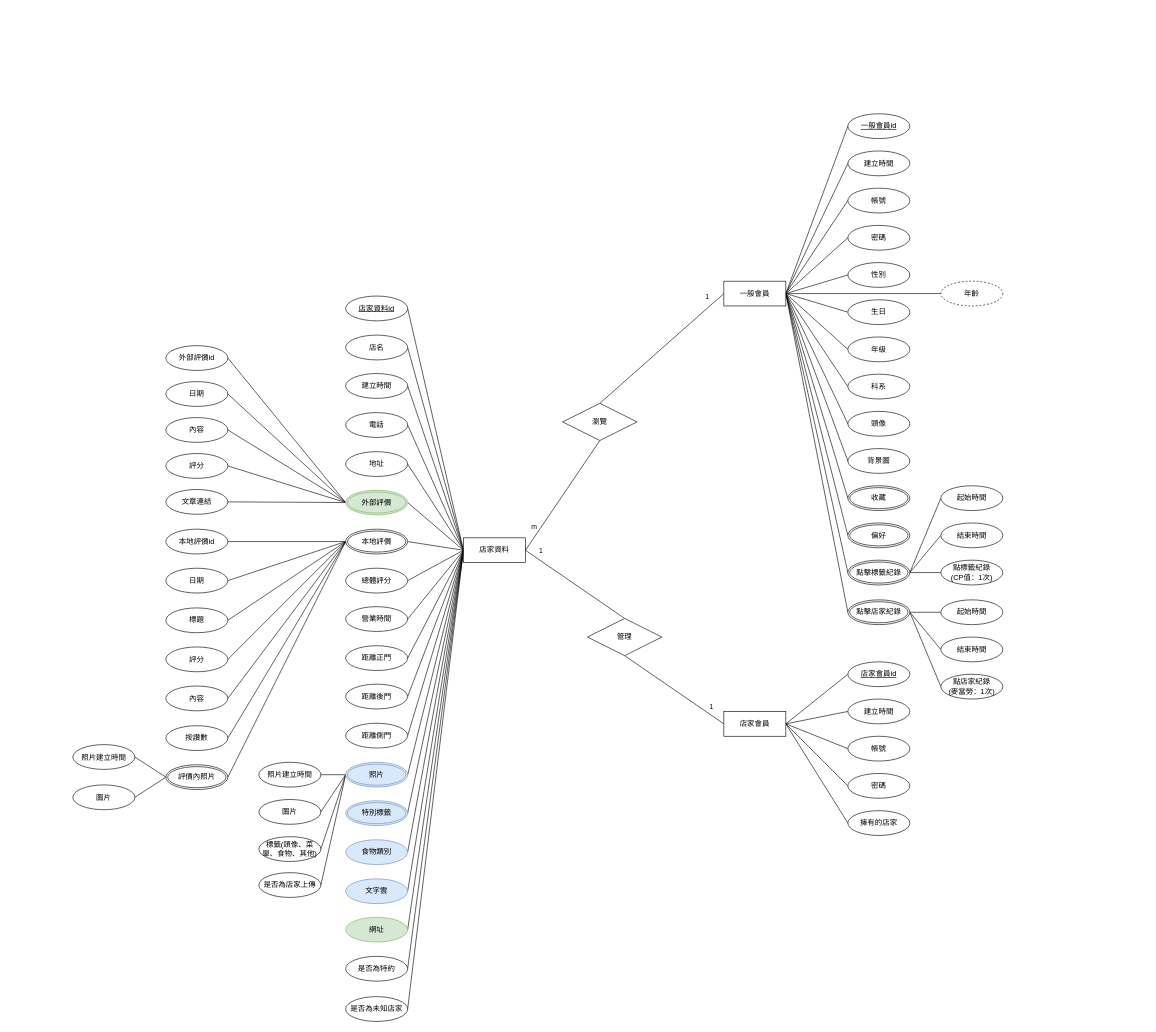
Before: 檔案繳交/資料庫/ERM/10846043_ERM.drawio in project-hungry-don-t-care-food/111402, a draw.io diagram. Source tidied: cells renumbered, new cells numbered last; positions are measured from the earlier drawing's top-left corner, leaving out a move shared by most shapes. Both pictures are drawn from the tidied source at 62%, with x=0, y=0 at pixel (73, 113).
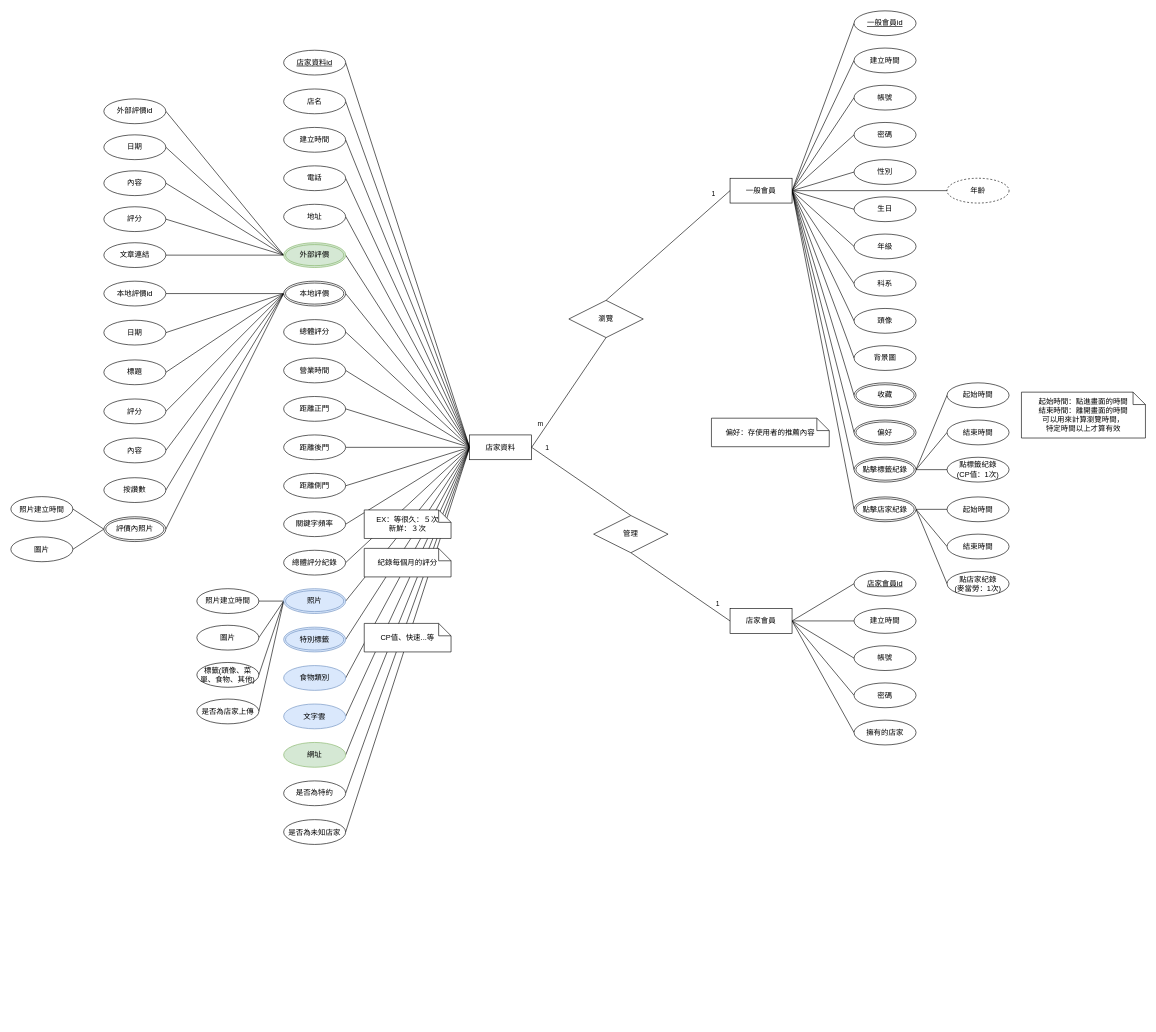
After the change.

Diff of the diagram source:
```diff
@@
     <mxCell id="21" value="店家資料" style="whiteSpace=wrap;html=1;align=center;" parent="1" vertex="1">
-      <mxGeometry x="630" y="684" width="100" height="40" as="geometry" />
+      <mxGeometry x="640" y="518" width="100" height="40" as="geometry" />
     </mxCell>
     <mxCell id="22" value="店家資料id" style="ellipse;whiteSpace=wrap;html=1;align=center;fontStyle=4;" parent="1" vertex="1">
-      <mxGeometry x="440" y="294" width="100" height="40" as="geometry" />
+      <mxGeometry x="340" y="-102.5" width="100" height="40" as="geometry" />
     </mxCell>
     <mxCell id="23" value="電話" style="ellipse;whiteSpace=wrap;html=1;align=center;" parent="1" vertex="1">
-      <mxGeometry x="440" y="482" width="100" height="40" as="geometry" />
+      <mxGeometry x="340" y="84" width="100" height="40" as="geometry" />
     </mxCell>
     <mxCell id="24" value="地址" style="ellipse;whiteSpace=wrap;html=1;align=center;" parent="1" vertex="1">
-      <mxGeometry x="440" y="545" width="100" height="40" as="geometry" />
+      <mxGeometry x="340" y="146" width="100" height="40" as="geometry" />
     </mxCell>
     <mxCell id="25" value="總體評分" style="ellipse;whiteSpace=wrap;html=1;align=center;" parent="1" vertex="1">
-      <mxGeometry x="440" y="733" width="100" height="40" as="geometry" />
+      <mxGeometry x="340" y="332" width="100" height="40" as="geometry" />
     </mxCell>
     <mxCell id="26" value="營業時間" style="ellipse;whiteSpace=wrap;html=1;align=center;fontStyle=0;verticalAlign=middle;labelBackgroundColor=none;labelBorderColor=none;" parent="1" vertex="1">
-      <mxGeometry x="440" y="795" width="100" height="40" as="geometry" />
+      <mxGeometry x="340" y="394" width="100" height="40" as="geometry" />
     </mxCell>
     <mxCell id="27" value="是否為特約" style="ellipse;whiteSpace=wrap;html=1;align=center;" parent="1" vertex="1">
-      <mxGeometry x="440" y="1359" width="100" height="40" as="geometry" />
+      <mxGeometry x="340" y="1076" width="100" height="40" as="geometry" />
     </mxCell>
     <mxCell id="28" value="網址" style="ellipse;whiteSpace=wrap;html=1;align=center;fillColor=#d5e8d4;strokeColor=#82b366;" parent="1" vertex="1">
-      <mxGeometry x="440" y="1296" width="100" height="40" as="geometry" />
+      <mxGeometry x="340" y="1014" width="100" height="40" as="geometry" />
     </mxCell>
     <mxCell id="29" value="文字雲" style="ellipse;whiteSpace=wrap;html=1;align=center;fillColor=#dae8fc;strokeColor=#6c8ebf;" parent="1" vertex="1">
-      <mxGeometry x="440" y="1234" width="100" height="40" as="geometry" />
+      <mxGeometry x="340" y="952" width="100" height="40" as="geometry" />
     </mxCell>
     <mxCell id="30" value="食物類別" style="ellipse;whiteSpace=wrap;html=1;align=center;fillColor=#dae8fc;strokeColor=#6c8ebf;" parent="1" vertex="1">
-      <mxGeometry x="440" y="1171" width="100" height="40" as="geometry" />
+      <mxGeometry x="340" y="890" width="100" height="40" as="geometry" />
     </mxCell>
@@
     <mxCell id="35" value="照片" style="ellipse;shape=doubleEllipse;margin=3;whiteSpace=wrap;html=1;align=center;fontFamily=Helvetica;fontSize=12;fillColor=#dae8fc;strokeColor=#6c8ebf;" parent="1" vertex="1">
-      <mxGeometry x="440" y="1046" width="100" height="40" as="geometry" />
+      <mxGeometry x="340" y="766" width="100" height="40" as="geometry" />
     </mxCell>
     <mxCell id="36" value="日期" style="ellipse;whiteSpace=wrap;html=1;align=center;" parent="1" vertex="1">
-      <mxGeometry x="150" y="432" width="100" height="40" as="geometry" />
+      <mxGeometry x="50" y="34" width="100" height="40" as="geometry" />
     </mxCell>
     <mxCell id="37" value="內容" style="ellipse;whiteSpace=wrap;html=1;align=center;" parent="1" vertex="1">
-      <mxGeometry x="150" y="490" width="100" height="40" as="geometry" />
+      <mxGeometry x="50" y="92" width="100" height="40" as="geometry" />
     </mxCell>
@@
     <mxCell id="53" value="一般會員" style="whiteSpace=wrap;html=1;align=center;" parent="1" vertex="1">
-      <mxGeometry x="1050" y="270" width="100" height="40" as="geometry" />
+      <mxGeometry x="1060" y="104" width="100" height="40" as="geometry" />
     </mxCell>
     <mxCell id="54" value="科系" style="ellipse;whiteSpace=wrap;html=1;align=center;flipV=1;flipH=1;" parent="1" vertex="1">
-      <mxGeometry x="1250" y="420" width="100" height="40" as="geometry" />
+      <mxGeometry x="1260" y="254" width="100" height="40" as="geometry" />
     </mxCell>
     <mxCell id="55" value="性別" style="ellipse;whiteSpace=wrap;html=1;align=center;flipV=1;flipH=1;" parent="1" vertex="1">
-      <mxGeometry x="1250" y="240" width="100" height="40" as="geometry" />
+      <mxGeometry x="1260" y="74" width="100" height="40" as="geometry" />
     </mxCell>
     <mxCell id="56" value="生日" style="ellipse;whiteSpace=wrap;html=1;align=center;flipV=1;flipH=1;" parent="1" vertex="1">
-      <mxGeometry x="1250" y="300" width="100" height="40" as="geometry" />
+      <mxGeometry x="1260" y="134" width="100" height="40" as="geometry" />
     </mxCell>
     <mxCell id="57" value="&lt;span style=&quot;text-align: left;&quot;&gt;背景圖&lt;/span&gt;" style="ellipse;whiteSpace=wrap;html=1;align=center;flipV=1;flipH=1;" parent="1" vertex="1">
-      <mxGeometry x="1250" y="540" width="100" height="40" as="geometry" />
+      <mxGeometry x="1260" y="374" width="100" height="40" as="geometry" />
     </mxCell>
     <mxCell id="58" value="頭像" style="ellipse;whiteSpace=wrap;html=1;align=center;flipV=1;flipH=1;" parent="1" vertex="1">
-      <mxGeometry x="1250" y="480" width="100" height="40" as="geometry" />
+      <mxGeometry x="1260" y="314" width="100" height="40" as="geometry" />
     </mxCell>
     <mxCell id="59" value="密碼" style="ellipse;whiteSpace=wrap;html=1;align=center;flipV=1;flipH=1;" parent="1" vertex="1">
-      <mxGeometry x="1250" y="180" width="100" height="40" as="geometry" />
+      <mxGeometry x="1260" y="14" width="100" height="40" as="geometry" />
     </mxCell>
     <mxCell id="60" value="帳號" style="ellipse;whiteSpace=wrap;html=1;align=center;flipV=1;flipH=1;" parent="1" vertex="1">
-      <mxGeometry x="1250" y="120" width="100" height="40" as="geometry" />
+      <mxGeometry x="1260" y="-46" width="100" height="40" as="geometry" />
     </mxCell>
     <mxCell id="61" value="年級" style="ellipse;whiteSpace=wrap;html=1;align=center;flipV=1;flipH=1;" parent="1" vertex="1">
-      <mxGeometry x="1250" y="360" width="100" height="40" as="geometry" />
+      <mxGeometry x="1260" y="194" width="100" height="40" as="geometry" />
     </mxCell>
@@
     <mxCell id="67" value="店家會員" style="whiteSpace=wrap;html=1;align=center;" parent="1" vertex="1">
-      <mxGeometry x="1050" y="964" width="100" height="40" as="geometry" />
+      <mxGeometry x="1060" y="798" width="100" height="40" as="geometry" />
     </mxCell>
     <mxCell id="68" value="密碼" style="ellipse;whiteSpace=wrap;html=1;align=center;" parent="1" vertex="1">
-      <mxGeometry x="1250" y="1064" width="100" height="40" as="geometry" />
+      <mxGeometry x="1260" y="918" width="100" height="40" as="geometry" />
     </mxCell>
     <mxCell id="69" value="帳號" style="ellipse;whiteSpace=wrap;html=1;align=center;" parent="1" vertex="1">
-      <mxGeometry x="1250" y="1004" width="100" height="40" as="geometry" />
+      <mxGeometry x="1260" y="858" width="100" height="40" as="geometry" />
     </mxCell>
     <mxCell id="70" value="擁有的店家" style="ellipse;whiteSpace=wrap;html=1;align=center;fontFamily=Helvetica;fontSize=12;" parent="1" vertex="1">
-      <mxGeometry x="1250" y="1124" width="100" height="40" as="geometry" />
+      <mxGeometry x="1260" y="978" width="100" height="40" as="geometry" />
     </mxCell>
@@
     <mxCell id="73" value="瀏覽" style="shape=rhombus;perimeter=rhombusPerimeter;whiteSpace=wrap;html=1;align=center;" parent="1" vertex="1">
-      <mxGeometry x="790" y="467" width="120" height="60" as="geometry" />
+      <mxGeometry x="800" y="301" width="120" height="60" as="geometry" />
     </mxCell>
@@
     <mxCell id="76" value="管理" style="shape=rhombus;perimeter=rhombusPerimeter;whiteSpace=wrap;html=1;align=center;" parent="1" vertex="1">
-      <mxGeometry x="830" y="814" width="120" height="60" as="geometry" />
+      <mxGeometry x="840" y="648" width="120" height="60" as="geometry" />
     </mxCell>
     <mxCell id="77" value="一般會員id" style="ellipse;whiteSpace=wrap;html=1;align=center;fontStyle=4;flipV=1;flipH=1;" parent="1" vertex="1">
-      <mxGeometry x="1250" width="100" height="40" as="geometry" />
+      <mxGeometry x="1260" y="-166" width="100" height="40" as="geometry" />
     </mxCell>
     <mxCell id="78" value="店家會員id" style="ellipse;whiteSpace=wrap;html=1;align=center;fontStyle=4;" parent="1" vertex="1">
-      <mxGeometry x="1250" y="884" width="100" height="40" as="geometry" />
+      <mxGeometry x="1260" y="738" width="100" height="40" as="geometry" />
     </mxCell>
     <mxCell id="79" value="偏好" style="ellipse;shape=doubleEllipse;margin=3;whiteSpace=wrap;html=1;align=center;flipV=1;flipH=1;" parent="1" vertex="1">
-      <mxGeometry x="1250" y="660" width="100" height="40" as="geometry" />
+      <mxGeometry x="1260" y="494" width="100" height="40" as="geometry" />
     </mxCell>
     <mxCell id="80" value="收藏" style="ellipse;shape=doubleEllipse;margin=3;whiteSpace=wrap;html=1;align=center;flipV=1;flipH=1;" parent="1" vertex="1">
-      <mxGeometry x="1250" y="600" width="100" height="40" as="geometry" />
+      <mxGeometry x="1260" y="434" width="100" height="40" as="geometry" />
     </mxCell>
     <mxCell id="81" value="圖片" style="ellipse;whiteSpace=wrap;html=1;align=center;" parent="1" vertex="1">
-      <mxGeometry x="300" y="1106" width="100" height="40" as="geometry" />
+      <mxGeometry x="200" y="825" width="100" height="40" as="geometry" />
     </mxCell>
     <mxCell id="82" value="標籤(頭像、菜單、食物、其他)" style="ellipse;whiteSpace=wrap;html=1;align=center;" parent="1" vertex="1">
-      <mxGeometry x="300" y="1166" width="100" height="40" as="geometry" />
+      <mxGeometry x="200" y="885" width="100" height="40" as="geometry" />
     </mxCell>
     <mxCell id="83" value="特別標籤" style="ellipse;shape=doubleEllipse;margin=3;whiteSpace=wrap;html=1;align=center;fillColor=#dae8fc;strokeColor=#6c8ebf;" parent="1" vertex="1">
-      <mxGeometry x="440" y="1108" width="100" height="40" as="geometry" />
+      <mxGeometry x="340" y="828" width="100" height="40" as="geometry" />
     </mxCell>
     <mxCell id="84" value="年齡" style="ellipse;whiteSpace=wrap;html=1;align=center;dashed=1;" parent="1" vertex="1">
-      <mxGeometry x="1400" y="270" width="100" height="40" as="geometry" />
+      <mxGeometry x="1410" y="104" width="100" height="40" as="geometry" />
     </mxCell>
     <mxCell id="85" value="建立時間" style="ellipse;whiteSpace=wrap;html=1;align=center;flipV=1;flipH=1;" parent="1" vertex="1">
-      <mxGeometry x="1250" y="60" width="100" height="40" as="geometry" />
+      <mxGeometry x="1260" y="-106" width="100" height="40" as="geometry" />
     </mxCell>
     <mxCell id="86" value="建立時間" style="ellipse;whiteSpace=wrap;html=1;align=center;" parent="1" vertex="1">
-      <mxGeometry x="1250" y="944" width="100" height="40" as="geometry" />
+      <mxGeometry x="1260" y="798" width="100" height="40" as="geometry" />
     </mxCell>
     <mxCell id="87" value="照片建立時間" style="ellipse;whiteSpace=wrap;html=1;align=center;" parent="1" vertex="1">
-      <mxGeometry x="300" y="1046" width="100" height="40" as="geometry" />
+      <mxGeometry x="200" y="766" width="100" height="40" as="geometry" />
     </mxCell>
     <mxCell id="88" value="建立時間" style="ellipse;whiteSpace=wrap;html=1;align=center;" parent="1" vertex="1">
-      <mxGeometry x="440" y="419" width="100" height="40" as="geometry" />
+      <mxGeometry x="340" y="22" width="100" height="40" as="geometry" />
     </mxCell>
@@
     <mxCell id="94" value="外部評價" style="ellipse;shape=doubleEllipse;margin=3;whiteSpace=wrap;html=1;align=center;fillColor=#d5e8d4;strokeColor=#82b366;" parent="1" vertex="1">
-      <mxGeometry x="440" y="607" width="100" height="40" as="geometry" />
+      <mxGeometry x="340" y="208" width="100" height="40" as="geometry" />
     </mxCell>
     <mxCell id="95" value="文章連結" style="ellipse;whiteSpace=wrap;html=1;align=center;" parent="1" vertex="1">
-      <mxGeometry x="150" y="606" width="100" height="40" as="geometry" />
+      <mxGeometry x="50" y="208" width="100" height="40" as="geometry" />
     </mxCell>
@@
     <mxCell id="103" value="本地評價" style="ellipse;shape=doubleEllipse;margin=3;whiteSpace=wrap;html=1;align=center;" parent="1" vertex="1">
-      <mxGeometry x="440" y="670" width="100" height="40" as="geometry" />
+      <mxGeometry x="340" y="270" width="100" height="40" as="geometry" />
     </mxCell>
@@
     <mxCell id="107" value="點擊標籤紀錄" style="ellipse;shape=doubleEllipse;margin=3;whiteSpace=wrap;html=1;align=center;flipV=1;flipH=1;" parent="1" vertex="1">
-      <mxGeometry x="1250" y="720" width="100" height="40" as="geometry" />
+      <mxGeometry x="1260" y="554" width="100" height="40" as="geometry" />
     </mxCell>
     <mxCell id="108" value="起始時間" style="ellipse;whiteSpace=wrap;html=1;align=center;flipV=1;flipH=1;" parent="1" vertex="1">
-      <mxGeometry x="1400" y="600" width="100" height="40" as="geometry" />
+      <mxGeometry x="1410" y="434" width="100" height="40" as="geometry" />
     </mxCell>
     <mxCell id="109" value="點標籤紀錄&lt;br&gt;(CP值：1次)" style="ellipse;whiteSpace=wrap;html=1;align=center;flipV=1;flipH=1;" parent="1" vertex="1">
-      <mxGeometry x="1400" y="720" width="100" height="40" as="geometry" />
+      <mxGeometry x="1410" y="554" width="100" height="40" as="geometry" />
     </mxCell>
     <mxCell id="110" value="店名" style="ellipse;whiteSpace=wrap;html=1;align=center;" parent="1" vertex="1">
-      <mxGeometry x="440" y="357" width="100" height="40" as="geometry" />
+      <mxGeometry x="340" y="-40" width="100" height="40" as="geometry" />
     </mxCell>
     <mxCell id="111" value="外部評價id" style="ellipse;whiteSpace=wrap;html=1;align=center;" parent="1" vertex="1">
-      <mxGeometry x="150" y="374" width="100" height="40" as="geometry" />
+      <mxGeometry x="50" y="-24" width="100" height="40" as="geometry" />
     </mxCell>
     <mxCell id="112" value="評分" style="ellipse;whiteSpace=wrap;html=1;align=center;" parent="1" vertex="1">
-      <mxGeometry x="150" y="548" width="100" height="40" as="geometry" />
+      <mxGeometry x="50" y="150" width="100" height="40" as="geometry" />
     </mxCell>
     <mxCell id="113" value="距離後門" style="ellipse;whiteSpace=wrap;html=1;align=center;" parent="1" vertex="1">
-      <mxGeometry x="440" y="920" width="100" height="40" as="geometry" />
+      <mxGeometry x="340" y="518" width="100" height="40" as="geometry" />
     </mxCell>
     <mxCell id="114" value="距離側門" style="ellipse;whiteSpace=wrap;html=1;align=center;" parent="1" vertex="1">
-      <mxGeometry x="440" y="983" width="100" height="40" as="geometry" />
+      <mxGeometry x="340" y="580" width="100" height="40" as="geometry" />
     </mxCell>
     <mxCell id="115" value="距離正門" style="ellipse;whiteSpace=wrap;html=1;align=center;" parent="1" vertex="1">
-      <mxGeometry x="440" y="858" width="100" height="40" as="geometry" />
+      <mxGeometry x="340" y="456" width="100" height="40" as="geometry" />
     </mxCell>
     <mxCell id="116" value="日期" style="ellipse;whiteSpace=wrap;html=1;align=center;" parent="1" vertex="1">
-      <mxGeometry x="150" y="733" width="100" height="40" as="geometry" />
+      <mxGeometry x="50" y="333" width="100" height="40" as="geometry" />
     </mxCell>
     <mxCell id="117" value="內容" style="ellipse;whiteSpace=wrap;html=1;align=center;" parent="1" vertex="1">
-      <mxGeometry x="150" y="923" width="100" height="40" as="geometry" />
+      <mxGeometry x="50" y="523" width="100" height="40" as="geometry" />
     </mxCell>
     <mxCell id="118" value="本地評價id" style="ellipse;whiteSpace=wrap;html=1;align=center;" parent="1" vertex="1">
-      <mxGeometry x="150" y="670" width="100" height="40" as="geometry" />
+      <mxGeometry x="50" y="270" width="100" height="40" as="geometry" />
     </mxCell>
     <mxCell id="119" value="標題" style="ellipse;whiteSpace=wrap;html=1;align=center;" parent="1" vertex="1">
-      <mxGeometry x="150" y="797" width="100" height="40" as="geometry" />
+      <mxGeometry x="50" y="397" width="100" height="40" as="geometry" />
     </mxCell>
     <mxCell id="120" value="按讚數" style="ellipse;whiteSpace=wrap;html=1;align=center;" parent="1" vertex="1">
-      <mxGeometry x="150" y="987" width="100" height="40" as="geometry" />
+      <mxGeometry x="50" y="587" width="100" height="40" as="geometry" />
     </mxCell>
@@
     <mxCell id="123" value="評價內照片" style="ellipse;shape=doubleEllipse;margin=3;whiteSpace=wrap;html=1;align=center;fontFamily=Helvetica;fontSize=12;" parent="1" vertex="1">
-      <mxGeometry x="150" y="1050" width="100" height="40" as="geometry" />
+      <mxGeometry x="50" y="650" width="100" height="40" as="geometry" />
     </mxCell>
     <mxCell id="124" value="圖片" style="ellipse;whiteSpace=wrap;html=1;align=center;" parent="1" vertex="1">
-      <mxGeometry y="1082.5" width="100" height="40" as="geometry" />
+      <mxGeometry x="-100" y="682.5" width="100" height="40" as="geometry" />
     </mxCell>
     <mxCell id="125" value="照片建立時間" style="ellipse;whiteSpace=wrap;html=1;align=center;" parent="1" vertex="1">
-      <mxGeometry y="1017.5" width="100" height="40" as="geometry" />
+      <mxGeometry x="-100" y="617.5" width="100" height="40" as="geometry" />
     </mxCell>
     <mxCell id="126" value="評分" style="ellipse;whiteSpace=wrap;html=1;align=center;" parent="1" vertex="1">
-      <mxGeometry x="150" y="860" width="100" height="40" as="geometry" />
+      <mxGeometry x="50" y="460" width="100" height="40" as="geometry" />
     </mxCell>
     <mxCell id="127" value="是否為未知店家" style="ellipse;whiteSpace=wrap;html=1;align=center;" parent="1" vertex="1">
-      <mxGeometry x="440" y="1424" width="100" height="40" as="geometry" />
+      <mxGeometry x="340" y="1138.5" width="100" height="40" as="geometry" />
     </mxCell>
@@
     <mxCell id="131" value="點擊店家紀錄" style="ellipse;shape=doubleEllipse;margin=3;whiteSpace=wrap;html=1;align=center;flipV=1;flipH=1;" parent="1" vertex="1">
-      <mxGeometry x="1250" y="784" width="100" height="40" as="geometry" />
+      <mxGeometry x="1260" y="618" width="100" height="40" as="geometry" />
     </mxCell>
     <mxCell id="132" value="點店家紀錄&lt;br&gt;(麥當勞：1次)" style="ellipse;whiteSpace=wrap;html=1;align=center;flipV=1;flipH=1;" parent="1" vertex="1">
-      <mxGeometry x="1400" y="904" width="100" height="40" as="geometry" />
+      <mxGeometry x="1410" y="738" width="100" height="40" as="geometry" />
     </mxCell>
     <mxCell id="133" value="結束時間" style="ellipse;whiteSpace=wrap;html=1;align=center;flipV=1;flipH=1;" parent="1" vertex="1">
-      <mxGeometry x="1400" y="660" width="100" height="40" as="geometry" />
+      <mxGeometry x="1410" y="494" width="100" height="40" as="geometry" />
     </mxCell>
     <mxCell id="134" value="是否為店家上傳" style="ellipse;whiteSpace=wrap;html=1;align=center;" parent="1" vertex="1">
-      <mxGeometry x="300" y="1224" width="100" height="40" as="geometry" />
+      <mxGeometry x="200" y="944" width="100" height="40" as="geometry" />
     </mxCell>
     <mxCell id="135" value="起始時間" style="ellipse;whiteSpace=wrap;html=1;align=center;flipV=1;flipH=1;" parent="1" vertex="1">
-      <mxGeometry x="1400" y="784" width="100" height="40" as="geometry" />
+      <mxGeometry x="1410" y="618" width="100" height="40" as="geometry" />
     </mxCell>
     <mxCell id="136" value="結束時間" style="ellipse;whiteSpace=wrap;html=1;align=center;flipV=1;flipH=1;" parent="1" vertex="1">
-      <mxGeometry x="1400" y="844" width="100" height="40" as="geometry" />
+      <mxGeometry x="1410" y="678" width="100" height="40" as="geometry" />
     </mxCell>
+    <mxCell id="137" value="偏好：存使用者的推薦內容" style="shape=note;size=20;whiteSpace=wrap;html=1;" parent="1" vertex="1">
+      <mxGeometry x="1030" y="491" width="190" height="46" as="geometry" />
+    </mxCell>
+    <mxCell id="138" value="起始時間：點進畫面的時間&lt;br&gt;結束時間：離開畫面的時間&lt;br&gt;可以用來計算瀏覽時間，&lt;br&gt;特定時間以上才算有效" style="shape=note;size=20;whiteSpace=wrap;html=1;" parent="1" vertex="1">
+      <mxGeometry x="1530" y="449" width="200" height="74" as="geometry" />
+    </mxCell>
+    <mxCell id="139" value="CP值、快速...等" style="shape=note;size=20;whiteSpace=wrap;html=1;" parent="1" vertex="1">
+      <mxGeometry x="470" y="822" width="140" height="46" as="geometry" />
+    </mxCell>
+    <mxCell id="140" style="rounded=0;jettySize=auto;html=1;exitX=1;exitY=0.5;exitDx=0;exitDy=0;entryX=0;entryY=0.5;entryDx=0;entryDy=0;endArrow=none;endFill=0;" parent="1" edge="1" source="141" target="21">
+      <mxGeometry relative="1" as="geometry" />
+    </mxCell>
+    <mxCell id="141" value="關鍵字頻率" style="ellipse;whiteSpace=wrap;html=1;align=center;" parent="1" vertex="1">
+      <mxGeometry x="340" y="642" width="100" height="40" as="geometry" />
+    </mxCell>
+    <mxCell id="142" style="edgeStyle=none;rounded=0;jettySize=auto;html=1;exitX=1;exitY=0.5;exitDx=0;exitDy=0;entryX=0;entryY=0.5;entryDx=0;entryDy=0;endArrow=none;endFill=0;" parent="1" edge="1" source="143" target="21">
+      <mxGeometry relative="1" as="geometry" />
+    </mxCell>
+    <mxCell id="143" value="總體評分紀錄" style="ellipse;whiteSpace=wrap;html=1;align=center;" parent="1" vertex="1">
+      <mxGeometry x="340" y="704" width="100" height="40" as="geometry" />
+    </mxCell>
+    <mxCell id="144" value="紀錄每個月的評分" style="shape=note;size=20;whiteSpace=wrap;html=1;" parent="1" vertex="1">
+      <mxGeometry x="470" y="701" width="140" height="46" as="geometry" />
+    </mxCell>
+    <mxCell id="145" value="EX：等很久：５次&lt;br&gt;新鮮：３次" style="shape=note;size=20;whiteSpace=wrap;html=1;align=center;" parent="1" vertex="1">
+      <mxGeometry x="470" y="639" width="140" height="46" as="geometry" />
+    </mxCell>
```
